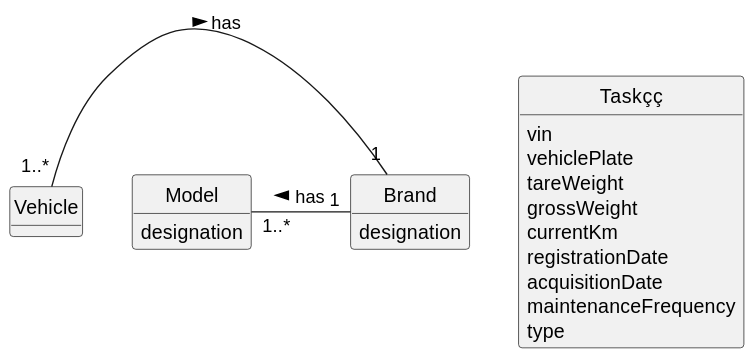
Before: docs/sprintC/us028/02.analysis/svg/us028-domain-model.svg, a diagram exported from PlantUML (ricardomm7/leaflink).
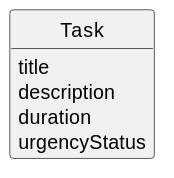
The same diagram one commit later.

Change to the diagram source:
```diff
@@ -9,27 +9,11 @@
 hide methods
 
 
-class Taskçç
+class Task
  {
-vin
-vehiclePlate
-tareWeight
-grossWeight
-currentKm
-registrationDate
-acquisitionDate
-maintenanceFrequency
-type
+    title
+    description
+    duration
+    urgencyStatus
 }
-
-class Brand {
-    designation
-}
-
-class Model {
-    designation
-}
-
-Vehicle "1..*" - "1" Brand : has >
-Model "1..*" -"1" Brand: has <
 @enduml
```
